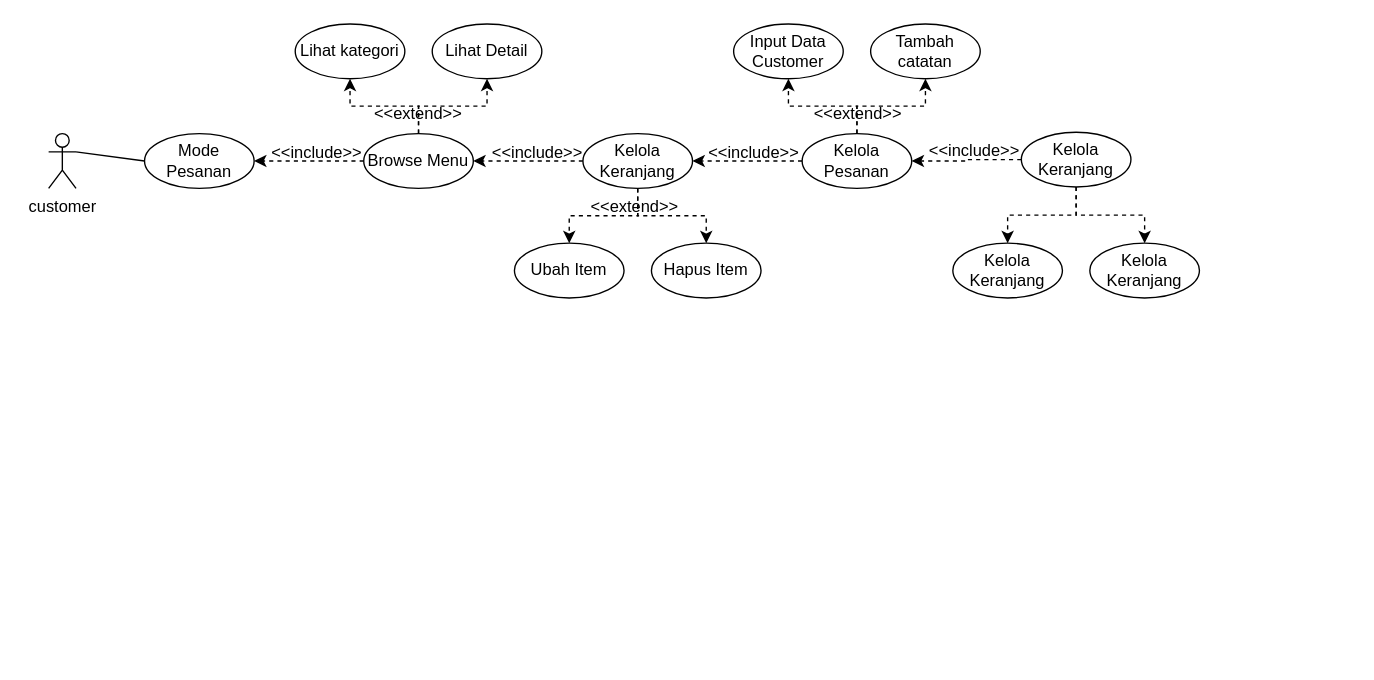
Above: WBS.drawio in yogadwipayana/ERD (draw.io), before the change. Source tidied: cells renumbered, new cells numbered last; positions are measured from the earlier drawing's top-left corner, leaving out a move shared by most shapes. Both pictures are drawn from the tidied source at 137%, with x=0, y=0 at pixel (48, 23).
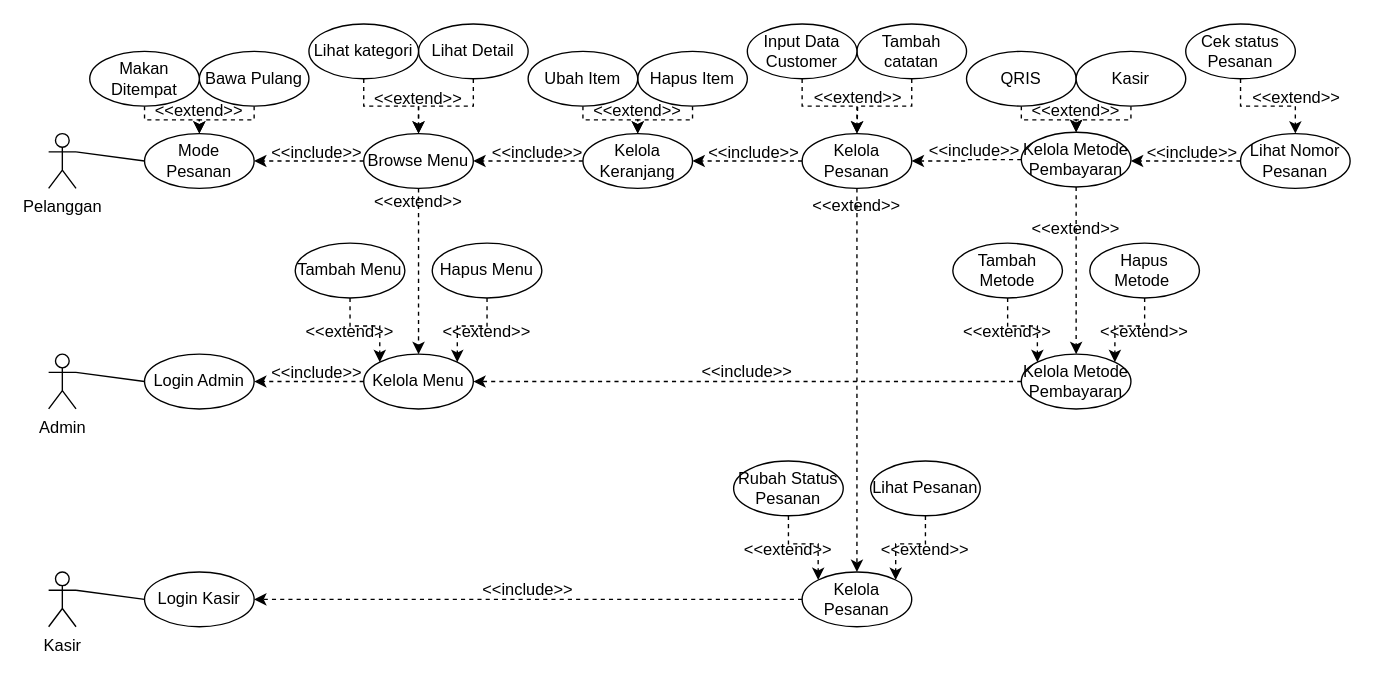
The same diagram, later.

Unchanged cells that the change refers to:
```xml
<mxCell id="7" value="Browse Menu" style="ellipse;whiteSpace=wrap;html=1;fontSize=12;" parent="1" vertex="1">
  <mxGeometry x="230" y="80" width="80" height="40" as="geometry" />
</mxCell>
<mxCell id="16" value="Kelola Keranjang" style="ellipse;whiteSpace=wrap;html=1;fontSize=12;" parent="1" vertex="1">
  <mxGeometry x="390" y="80" width="80" height="40" as="geometry" />
</mxCell>
<mxCell id="24" value="Kelola Pesanan" style="ellipse;whiteSpace=wrap;html=1;fontSize=12;" parent="1" vertex="1">
  <mxGeometry x="550" y="80" width="80" height="40" as="geometry" />
</mxCell>
```

The edit, as a diff of the source:
```diff
@@
-    <mxCell id="3" value="customer" style="shape=umlActor;verticalLabelPosition=bottom;verticalAlign=top;html=1;outlineConnect=0;" parent="1" vertex="1">
+    <mxCell id="3" value="Pelanggan" style="shape=umlActor;verticalLabelPosition=bottom;verticalAlign=top;html=1;outlineConnect=0;" parent="1" vertex="1">
       <mxGeometry y="80" width="20" height="40" as="geometry" />
     </mxCell>
@@
-    <mxCell id="6" style="edgeStyle=orthogonalEdgeStyle;rounded=0;jettySize=auto;html=1;exitX=0.5;exitY=0;exitDx=0;exitDy=0;entryX=0.5;entryY=1;entryDx=0;entryDy=0;dashed=1;" parent="1" edge="1" source="7" target="9">
-      <mxGeometry relative="1" as="geometry" />
-    </mxCell>
+    <mxCell id="36" style="edgeStyle=orthogonalEdgeStyle;rounded=0;jettySize=auto;html=1;exitX=0.5;exitY=1;exitDx=0;exitDy=0;entryX=0.5;entryY=0;entryDx=0;entryDy=0;dashed=1;" parent="1" edge="1" source="7" target="51">
+      <mxGeometry relative="1" as="geometry" />
+    </mxCell>
@@
+    <mxCell id="37" style="edgeStyle=orthogonalEdgeStyle;rounded=0;jettySize=auto;html=1;exitX=0.5;exitY=1;exitDx=0;exitDy=0;entryX=0.5;entryY=0;entryDx=0;entryDy=0;dashed=1;" parent="1" edge="1" source="9" target="7">
+      <mxGeometry relative="1" as="geometry" />
+    </mxCell>
     <mxCell id="9" value="Lihat Detail" style="ellipse;whiteSpace=wrap;html=1;fontSize=12;" parent="1" vertex="1">
-      <mxGeometry x="280" width="80" height="40" as="geometry" />
+      <mxGeometry x="270" width="80" height="40" as="geometry" />
     </mxCell>
+    <mxCell id="38" style="edgeStyle=orthogonalEdgeStyle;rounded=0;jettySize=auto;html=1;exitX=0.5;exitY=1;exitDx=0;exitDy=0;entryX=0.5;entryY=0;entryDx=0;entryDy=0;dashed=1;" parent="1" edge="1" source="10" target="7">
+      <mxGeometry relative="1" as="geometry" />
+    </mxCell>
     <mxCell id="10" value="Lihat kategori" style="ellipse;whiteSpace=wrap;html=1;fontSize=12;" parent="1" vertex="1">
-      <mxGeometry x="180" width="80" height="40" as="geometry" />
+      <mxGeometry x="190" width="80" height="40" as="geometry" />
     </mxCell>
-    <mxCell id="11" style="edgeStyle=orthogonalEdgeStyle;rounded=0;jettySize=auto;html=1;exitX=0.5;exitY=0;exitDx=0;exitDy=0;entryX=0.5;entryY=1;entryDx=0;entryDy=0;dashed=1;" parent="1" edge="1" source="7" target="10">
-      <mxGeometry relative="1" as="geometry" />
-    </mxCell>
     <mxCell id="12" value="&amp;lt;&amp;lt;extend&amp;gt;&amp;gt;" style="text;html=1;whiteSpace=wrap;strokeColor=none;fillColor=none;align=center;verticalAlign=middle;rounded=0;" parent="1" vertex="1">
-      <mxGeometry x="240" y="51" width="60" height="30" as="geometry" />
+      <mxGeometry x="240" y="45" width="60" height="19" as="geometry" />
     </mxCell>
@@
-    <mxCell id="14" style="edgeStyle=orthogonalEdgeStyle;rounded=0;jettySize=auto;html=1;exitX=0.5;exitY=1;exitDx=0;exitDy=0;entryX=0.5;entryY=0;entryDx=0;entryDy=0;dashed=1;" parent="1" edge="1" source="16" target="18">
-      <mxGeometry relative="1" as="geometry" />
-    </mxCell>
-    <mxCell id="15" style="edgeStyle=orthogonalEdgeStyle;rounded=0;jettySize=auto;html=1;exitX=0.5;exitY=1;exitDx=0;exitDy=0;entryX=0.5;entryY=0;entryDx=0;entryDy=0;dashed=1;" parent="1" edge="1" source="16" target="19">
-      <mxGeometry relative="1" as="geometry" />
-    </mxCell>
@@
+    <mxCell id="39" style="edgeStyle=orthogonalEdgeStyle;rounded=0;jettySize=auto;html=1;exitX=0.5;exitY=1;exitDx=0;exitDy=0;dashed=1;" parent="1" edge="1" source="18">
+      <mxGeometry relative="1" as="geometry">
+        <mxPoint x="430" y="80" as="targetPoint" />
+        <Array as="points">
+          <mxPoint x="470" y="70" />
+          <mxPoint x="430" y="70" />
+        </Array>
+      </mxGeometry>
+    </mxCell>
     <mxCell id="18" value="Hapus Item" style="ellipse;whiteSpace=wrap;html=1;fontSize=12;" parent="1" vertex="1">
-      <mxGeometry x="440" y="160" width="80" height="40" as="geometry" />
+      <mxGeometry x="430" y="20" width="80" height="40" as="geometry" />
     </mxCell>
+    <mxCell id="40" style="edgeStyle=orthogonalEdgeStyle;rounded=0;jettySize=auto;html=1;exitX=0.5;exitY=1;exitDx=0;exitDy=0;entryX=0.5;entryY=0;entryDx=0;entryDy=0;dashed=1;" parent="1" edge="1" source="19" target="16">
+      <mxGeometry relative="1" as="geometry">
+        <Array as="points">
+          <mxPoint x="390" y="70" />
+          <mxPoint x="430" y="70" />
+        </Array>
+      </mxGeometry>
+    </mxCell>
     <mxCell id="19" value="Ubah Item" style="ellipse;whiteSpace=wrap;html=1;fontSize=12;" parent="1" vertex="1">
-      <mxGeometry x="340" y="160" width="80" height="40" as="geometry" />
+      <mxGeometry x="350" y="20" width="80" height="40" as="geometry" />
     </mxCell>
     <mxCell id="20" value="&amp;lt;&amp;lt;extend&amp;gt;&amp;gt;" style="text;html=1;whiteSpace=wrap;strokeColor=none;fillColor=none;align=center;verticalAlign=middle;rounded=0;" parent="1" vertex="1">
-      <mxGeometry x="398" y="119" width="60" height="30" as="geometry" />
+      <mxGeometry x="560" y="122" width="60" height="21" as="geometry" />
     </mxCell>
@@
-    <mxCell id="22" style="edgeStyle=orthogonalEdgeStyle;rounded=0;jettySize=auto;html=1;exitX=0.5;exitY=0;exitDx=0;exitDy=0;entryX=0.5;entryY=1;entryDx=0;entryDy=0;dashed=1;" parent="1" edge="1" source="24" target="29">
-      <mxGeometry relative="1" as="geometry" />
-    </mxCell>
-    <mxCell id="23" style="edgeStyle=orthogonalEdgeStyle;rounded=0;jettySize=auto;html=1;exitX=0.5;exitY=0;exitDx=0;exitDy=0;entryX=0.5;entryY=1;entryDx=0;entryDy=0;dashed=1;" parent="1" edge="1" source="24" target="30">
-      <mxGeometry relative="1" as="geometry" />
-    </mxCell>
+    <mxCell id="41" style="edgeStyle=orthogonalEdgeStyle;rounded=0;jettySize=auto;html=1;exitX=0.5;exitY=1;exitDx=0;exitDy=0;entryX=0.5;entryY=0;entryDx=0;entryDy=0;dashed=1;" parent="1" edge="1" source="24" target="87">
+      <mxGeometry relative="1" as="geometry" />
+    </mxCell>
@@
-    <mxCell id="25" style="edgeStyle=orthogonalEdgeStyle;rounded=0;jettySize=auto;html=1;exitX=0.5;exitY=1;exitDx=0;exitDy=0;entryX=0.5;entryY=0;entryDx=0;entryDy=0;dashed=1;" parent="1" edge="1" source="28" target="31">
-      <mxGeometry relative="1" as="geometry" />
-    </mxCell>
-    <mxCell id="26" style="edgeStyle=orthogonalEdgeStyle;rounded=0;jettySize=auto;html=1;exitX=0.5;exitY=1;exitDx=0;exitDy=0;entryX=0.5;entryY=0;entryDx=0;entryDy=0;dashed=1;" parent="1" edge="1" source="28" target="32">
-      <mxGeometry relative="1" as="geometry" />
-    </mxCell>
@@
+    <mxCell id="42" style="edgeStyle=orthogonalEdgeStyle;rounded=0;jettySize=auto;html=1;exitX=0.5;exitY=1;exitDx=0;exitDy=0;entryX=0.5;entryY=0;entryDx=0;entryDy=0;dashed=1;" parent="1" edge="1" source="28" target="63">
+      <mxGeometry relative="1" as="geometry" />
+    </mxCell>
-    <mxCell id="28" value="Kelola Keranjang" style="ellipse;whiteSpace=wrap;html=1;fontSize=12;" parent="1" vertex="1">
+    <mxCell id="28" value="Kelola Metode Pembayaran" style="ellipse;whiteSpace=wrap;html=1;fontSize=12;" parent="1" vertex="1">
       <mxGeometry x="710" y="79" width="80" height="40" as="geometry" />
     </mxCell>
+    <mxCell id="43" style="edgeStyle=orthogonalEdgeStyle;rounded=0;jettySize=auto;html=1;exitX=0.5;exitY=1;exitDx=0;exitDy=0;dashed=1;" parent="1" edge="1" source="29">
+      <mxGeometry relative="1" as="geometry">
+        <mxPoint x="590" y="80" as="targetPoint" />
+      </mxGeometry>
+    </mxCell>
     <mxCell id="29" value="Tambah catatan" style="ellipse;whiteSpace=wrap;html=1;fontSize=12;" parent="1" vertex="1">
-      <mxGeometry x="600" width="80" height="40" as="geometry" />
+      <mxGeometry x="590" width="80" height="40" as="geometry" />
     </mxCell>
+    <mxCell id="44" style="edgeStyle=orthogonalEdgeStyle;rounded=0;jettySize=auto;html=1;exitX=0.5;exitY=1;exitDx=0;exitDy=0;entryX=0.5;entryY=0;entryDx=0;entryDy=0;dashed=1;" parent="1" edge="1" source="30" target="24">
+      <mxGeometry relative="1" as="geometry" />
+    </mxCell>
     <mxCell id="30" value="Input Data Customer" style="ellipse;whiteSpace=wrap;html=1;fontSize=12;" parent="1" vertex="1">
-      <mxGeometry x="500" width="80" height="40" as="geometry" />
+      <mxGeometry x="510" width="80" height="40" as="geometry" />
     </mxCell>
+    <mxCell id="45" style="edgeStyle=orthogonalEdgeStyle;rounded=0;jettySize=auto;html=1;exitX=0.5;exitY=1;exitDx=0;exitDy=0;entryX=0.5;entryY=0;entryDx=0;entryDy=0;dashed=1;" parent="1" edge="1" source="31" target="28">
+      <mxGeometry relative="1" as="geometry">
+        <Array as="points">
+          <mxPoint x="710" y="70" />
+          <mxPoint x="750" y="70" />
+        </Array>
+      </mxGeometry>
+    </mxCell>
-    <mxCell id="31" value="Kelola Keranjang" style="ellipse;whiteSpace=wrap;html=1;fontSize=12;" parent="1" vertex="1">
-      <mxGeometry x="660" y="160" width="80" height="40" as="geometry" />
+    <mxCell id="31" value="QRIS" style="ellipse;whiteSpace=wrap;html=1;fontSize=12;" parent="1" vertex="1">
+      <mxGeometry x="670" y="20" width="80" height="40" as="geometry" />
     </mxCell>
+    <mxCell id="46" style="edgeStyle=orthogonalEdgeStyle;rounded=0;jettySize=auto;html=1;exitX=0.5;exitY=1;exitDx=0;exitDy=0;entryX=0.5;entryY=0;entryDx=0;entryDy=0;dashed=1;" parent="1" edge="1" source="32" target="28">
+      <mxGeometry relative="1" as="geometry">
+        <Array as="points">
+          <mxPoint x="790" y="70" />
+          <mxPoint x="750" y="70" />
+        </Array>
+      </mxGeometry>
+    </mxCell>
-    <mxCell id="32" value="Kelola Keranjang" style="ellipse;whiteSpace=wrap;html=1;fontSize=12;" parent="1" vertex="1">
-      <mxGeometry x="760" y="160" width="80" height="40" as="geometry" />
+    <mxCell id="32" value="Kasir" style="ellipse;whiteSpace=wrap;html=1;fontSize=12;" parent="1" vertex="1">
+      <mxGeometry x="750" y="20" width="80" height="40" as="geometry" />
     </mxCell>
     <mxCell id="33" value="&amp;lt;&amp;lt;extend&amp;gt;&amp;gt;" style="text;html=1;whiteSpace=wrap;strokeColor=none;fillColor=none;align=center;verticalAlign=middle;rounded=0;" parent="1" vertex="1">
-      <mxGeometry x="561" y="51" width="60" height="30" as="geometry" />
+      <mxGeometry x="561" y="44" width="60" height="19" as="geometry" />
     </mxCell>
@@
+    <mxCell id="47" style="rounded=0;jettySize=auto;html=1;exitX=1;exitY=0.3333333333333333;exitDx=0;exitDy=0;exitPerimeter=0;entryX=0;entryY=0.5;entryDx=0;entryDy=0;endArrow=none;endFill=0;" parent="1" edge="1" source="48" target="49">
+      <mxGeometry relative="1" as="geometry" />
+    </mxCell>
+    <mxCell id="48" value="Admin" style="shape=umlActor;verticalLabelPosition=bottom;verticalAlign=top;html=1;outlineConnect=0;" parent="1" vertex="1">
+      <mxGeometry y="241" width="20" height="40" as="geometry" />
+    </mxCell>
+    <mxCell id="49" value="Login Admin" style="ellipse;whiteSpace=wrap;html=1;fontSize=12;" parent="1" vertex="1">
+      <mxGeometry x="70" y="241" width="80" height="40" as="geometry" />
+    </mxCell>
+    <mxCell id="50" style="edgeStyle=orthogonalEdgeStyle;rounded=0;jettySize=auto;html=1;exitX=0;exitY=0.5;exitDx=0;exitDy=0;entryX=1;entryY=0.5;entryDx=0;entryDy=0;dashed=1;" parent="1" edge="1" source="51" target="49">
+      <mxGeometry relative="1" as="geometry" />
+    </mxCell>
+    <mxCell id="51" value="Kelola Menu" style="ellipse;whiteSpace=wrap;html=1;fontSize=12;" parent="1" vertex="1">
+      <mxGeometry x="230" y="241" width="80" height="40" as="geometry" />
+    </mxCell>
+    <mxCell id="52" value="&amp;lt;&amp;lt;include&amp;gt;&amp;gt;" style="text;html=1;whiteSpace=wrap;strokeColor=none;fillColor=none;align=center;verticalAlign=middle;rounded=0;" parent="1" vertex="1">
+      <mxGeometry x="166" y="240" width="60" height="30" as="geometry" />
+    </mxCell>
+    <mxCell id="53" value="&amp;lt;&amp;lt;extend&amp;gt;&amp;gt;" style="text;html=1;whiteSpace=wrap;strokeColor=none;fillColor=none;align=center;verticalAlign=middle;rounded=0;" parent="1" vertex="1">
+      <mxGeometry x="240" y="120" width="60" height="20" as="geometry" />
+    </mxCell>
+    <mxCell id="54" value="&amp;lt;&amp;lt;extend&amp;gt;&amp;gt;" style="text;html=1;whiteSpace=wrap;strokeColor=none;fillColor=none;align=center;verticalAlign=middle;rounded=0;" parent="1" vertex="1">
+      <mxGeometry x="400" y="54" width="60" height="19" as="geometry" />
+    </mxCell>
+    <mxCell id="55" value="&amp;lt;&amp;lt;extend&amp;gt;&amp;gt;" style="text;html=1;whiteSpace=wrap;strokeColor=none;fillColor=none;align=center;verticalAlign=middle;rounded=0;" parent="1" vertex="1">
+      <mxGeometry x="720" y="54" width="60" height="19" as="geometry" />
+    </mxCell>
+    <mxCell id="56" style="edgeStyle=orthogonalEdgeStyle;rounded=0;jettySize=auto;html=1;exitX=0.5;exitY=1;exitDx=0;exitDy=0;entryX=0;entryY=0;entryDx=0;entryDy=0;dashed=1;" parent="1" edge="1" source="57" target="51">
+      <mxGeometry relative="1" as="geometry" />
+    </mxCell>
+    <mxCell id="57" value="Tambah Menu" style="ellipse;whiteSpace=wrap;html=1;fontSize=12;" parent="1" vertex="1">
+      <mxGeometry x="180" y="160" width="80" height="40" as="geometry" />
+    </mxCell>
+    <mxCell id="58" style="edgeStyle=orthogonalEdgeStyle;rounded=0;jettySize=auto;html=1;exitX=0.5;exitY=1;exitDx=0;exitDy=0;entryX=1;entryY=0;entryDx=0;entryDy=0;dashed=1;" parent="1" edge="1" source="59" target="51">
+      <mxGeometry relative="1" as="geometry" />
+    </mxCell>
+    <mxCell id="59" value="Hapus Menu" style="ellipse;whiteSpace=wrap;html=1;fontSize=12;" parent="1" vertex="1">
+      <mxGeometry x="280" y="160" width="80" height="40" as="geometry" />
+    </mxCell>
+    <mxCell id="60" value="&amp;lt;&amp;lt;extend&amp;gt;&amp;gt;" style="text;html=1;whiteSpace=wrap;strokeColor=none;fillColor=none;align=center;verticalAlign=middle;rounded=0;" parent="1" vertex="1">
+      <mxGeometry x="190" y="215" width="60" height="20" as="geometry" />
+    </mxCell>
+    <mxCell id="61" value="&amp;lt;&amp;lt;extend&amp;gt;&amp;gt;" style="text;html=1;whiteSpace=wrap;strokeColor=none;fillColor=none;align=center;verticalAlign=middle;rounded=0;" parent="1" vertex="1">
+      <mxGeometry x="290" y="215" width="60" height="20" as="geometry" />
+    </mxCell>
+    <mxCell id="62" style="edgeStyle=orthogonalEdgeStyle;rounded=0;jettySize=auto;html=1;exitX=0;exitY=0.5;exitDx=0;exitDy=0;entryX=1;entryY=0.5;entryDx=0;entryDy=0;dashed=1;" parent="1" edge="1" source="63" target="51">
+      <mxGeometry relative="1" as="geometry" />
+    </mxCell>
+    <mxCell id="63" value="Kelola Metode Pembayaran" style="ellipse;whiteSpace=wrap;html=1;fontSize=12;" parent="1" vertex="1">
+      <mxGeometry x="710" y="241" width="80" height="40" as="geometry" />
+    </mxCell>
+    <mxCell id="64" value="&amp;lt;&amp;lt;include&amp;gt;&amp;gt;" style="text;html=1;whiteSpace=wrap;strokeColor=none;fillColor=none;align=center;verticalAlign=middle;rounded=0;" parent="1" vertex="1">
+      <mxGeometry x="480" y="244" width="60" height="20" as="geometry" />
+    </mxCell>
+    <mxCell id="65" style="edgeStyle=orthogonalEdgeStyle;rounded=0;jettySize=auto;html=1;exitX=0.5;exitY=1;exitDx=0;exitDy=0;entryX=0;entryY=0;entryDx=0;entryDy=0;dashed=1;" parent="1" edge="1" source="66" target="63">
+      <mxGeometry relative="1" as="geometry" />
+    </mxCell>
+    <mxCell id="66" value="Tambah Metode" style="ellipse;whiteSpace=wrap;html=1;fontSize=12;" parent="1" vertex="1">
+      <mxGeometry x="660" y="160" width="80" height="40" as="geometry" />
+    </mxCell>
+    <mxCell id="67" style="edgeStyle=orthogonalEdgeStyle;rounded=0;jettySize=auto;html=1;exitX=0.5;exitY=1;exitDx=0;exitDy=0;entryX=1;entryY=0;entryDx=0;entryDy=0;dashed=1;" parent="1" edge="1" source="68" target="63">
+      <mxGeometry relative="1" as="geometry" />
+    </mxCell>
+    <mxCell id="68" value="Hapus Metode&amp;nbsp;" style="ellipse;whiteSpace=wrap;html=1;fontSize=12;" parent="1" vertex="1">
+      <mxGeometry x="760" y="160" width="80" height="40" as="geometry" />
+    </mxCell>
+    <mxCell id="69" value="&amp;lt;&amp;lt;extend&amp;gt;&amp;gt;" style="text;html=1;whiteSpace=wrap;strokeColor=none;fillColor=none;align=center;verticalAlign=middle;rounded=0;" parent="1" vertex="1">
+      <mxGeometry x="670" y="215" width="60" height="20" as="geometry" />
+    </mxCell>
+    <mxCell id="70" value="&amp;lt;&amp;lt;extend&amp;gt;&amp;gt;" style="text;html=1;whiteSpace=wrap;strokeColor=none;fillColor=none;align=center;verticalAlign=middle;rounded=0;" parent="1" vertex="1">
+      <mxGeometry x="770" y="215" width="60" height="20" as="geometry" />
+    </mxCell>
+    <mxCell id="71" style="edgeStyle=orthogonalEdgeStyle;rounded=0;jettySize=auto;html=1;exitX=0;exitY=0.5;exitDx=0;exitDy=0;entryX=1;entryY=0.5;entryDx=0;entryDy=0;dashed=1;" parent="1" edge="1" source="72">
+      <mxGeometry relative="1" as="geometry">
+        <mxPoint x="790" y="100" as="targetPoint" />
+      </mxGeometry>
+    </mxCell>
+    <mxCell id="72" value="Lihat Nomor Pesanan" style="ellipse;whiteSpace=wrap;html=1;fontSize=12;" parent="1" vertex="1">
+      <mxGeometry x="870" y="80" width="80" height="40" as="geometry" />
+    </mxCell>
+    <mxCell id="73" style="edgeStyle=orthogonalEdgeStyle;rounded=0;jettySize=auto;html=1;exitX=0.5;exitY=1;exitDx=0;exitDy=0;entryX=0.5;entryY=0;entryDx=0;entryDy=0;dashed=1;" parent="1" edge="1" source="74" target="72">
+      <mxGeometry relative="1" as="geometry" />
+    </mxCell>
+    <mxCell id="74" value="Cek status Pesanan" style="ellipse;whiteSpace=wrap;html=1;fontSize=12;" parent="1" vertex="1">
+      <mxGeometry x="830" width="80" height="40" as="geometry" />
+    </mxCell>
+    <mxCell id="75" value="&amp;lt;&amp;lt;extend&amp;gt;&amp;gt;" style="text;html=1;whiteSpace=wrap;strokeColor=none;fillColor=none;align=center;verticalAlign=middle;rounded=0;" parent="1" vertex="1">
+      <mxGeometry x="881" y="44" width="60" height="19" as="geometry" />
+    </mxCell>
+    <mxCell id="76" value="&amp;lt;&amp;lt;include&amp;gt;&amp;gt;" style="text;html=1;whiteSpace=wrap;strokeColor=none;fillColor=none;align=center;verticalAlign=middle;rounded=0;" parent="1" vertex="1">
+      <mxGeometry x="805" y="79" width="60" height="30" as="geometry" />
+    </mxCell>
+    <mxCell id="77" style="edgeStyle=orthogonalEdgeStyle;rounded=0;jettySize=auto;html=1;exitX=0.5;exitY=1;exitDx=0;exitDy=0;dashed=1;" parent="1" edge="1" source="78">
+      <mxGeometry relative="1" as="geometry">
+        <mxPoint x="110" y="80" as="targetPoint" />
+        <Array as="points">
+          <mxPoint x="150" y="70" />
+          <mxPoint x="110" y="70" />
+        </Array>
+      </mxGeometry>
+    </mxCell>
+    <mxCell id="78" value="Bawa Pulang" style="ellipse;whiteSpace=wrap;html=1;fontSize=12;" parent="1" vertex="1">
+      <mxGeometry x="110" y="20" width="80" height="40" as="geometry" />
+    </mxCell>
+    <mxCell id="79" style="edgeStyle=orthogonalEdgeStyle;rounded=0;jettySize=auto;html=1;exitX=0.5;exitY=1;exitDx=0;exitDy=0;entryX=0.5;entryY=0;entryDx=0;entryDy=0;dashed=1;" parent="1" edge="1" source="80">
+      <mxGeometry relative="1" as="geometry">
+        <mxPoint x="110" y="80" as="targetPoint" />
+        <Array as="points">
+          <mxPoint x="70" y="70" />
+          <mxPoint x="110" y="70" />
+        </Array>
+      </mxGeometry>
+    </mxCell>
+    <mxCell id="80" value="Makan Ditempat" style="ellipse;whiteSpace=wrap;html=1;fontSize=12;" parent="1" vertex="1">
+      <mxGeometry x="30" y="20" width="80" height="40" as="geometry" />
+    </mxCell>
+    <mxCell id="81" value="&amp;lt;&amp;lt;extend&amp;gt;&amp;gt;" style="text;html=1;whiteSpace=wrap;strokeColor=none;fillColor=none;align=center;verticalAlign=middle;rounded=0;" parent="1" vertex="1">
+      <mxGeometry x="80" y="54" width="60" height="19" as="geometry" />
+    </mxCell>
+    <mxCell id="82" value="&amp;lt;&amp;lt;extend&amp;gt;&amp;gt;" style="text;html=1;whiteSpace=wrap;strokeColor=none;fillColor=none;align=center;verticalAlign=middle;rounded=0;" parent="1" vertex="1">
+      <mxGeometry x="720" y="140" width="60" height="20" as="geometry" />
+    </mxCell>
+    <mxCell id="83" style="rounded=0;jettySize=auto;html=1;exitX=1;exitY=0.3333333333333333;exitDx=0;exitDy=0;exitPerimeter=0;entryX=0;entryY=0.5;entryDx=0;entryDy=0;endArrow=none;endFill=0;" parent="1" edge="1" source="84" target="85">
+      <mxGeometry relative="1" as="geometry" />
+    </mxCell>
+    <mxCell id="84" value="Kasir" style="shape=umlActor;verticalLabelPosition=bottom;verticalAlign=top;html=1;outlineConnect=0;" parent="1" vertex="1">
+      <mxGeometry y="400" width="20" height="40" as="geometry" />
+    </mxCell>
+    <mxCell id="85" value="Login Kasir" style="ellipse;whiteSpace=wrap;html=1;fontSize=12;" parent="1" vertex="1">
+      <mxGeometry x="70" y="400" width="80" height="40" as="geometry" />
+    </mxCell>
+    <mxCell id="86" style="edgeStyle=orthogonalEdgeStyle;rounded=0;jettySize=auto;html=1;exitX=0;exitY=0.5;exitDx=0;exitDy=0;entryX=1;entryY=0.5;entryDx=0;entryDy=0;dashed=1;" parent="1" edge="1" source="87" target="85">
+      <mxGeometry relative="1" as="geometry" />
+    </mxCell>
+    <mxCell id="87" value="Kelola Pesanan" style="ellipse;whiteSpace=wrap;html=1;fontSize=12;" parent="1" vertex="1">
+      <mxGeometry x="550" y="400" width="80" height="40" as="geometry" />
+    </mxCell>
+    <mxCell id="88" value="&amp;lt;&amp;lt;include&amp;gt;&amp;gt;" style="text;html=1;whiteSpace=wrap;strokeColor=none;fillColor=none;align=center;verticalAlign=middle;rounded=0;" parent="1" vertex="1">
+      <mxGeometry x="320" y="402" width="60" height="22" as="geometry" />
+    </mxCell>
+    <mxCell id="89" style="edgeStyle=orthogonalEdgeStyle;rounded=0;jettySize=auto;html=1;exitX=0.5;exitY=1;exitDx=0;exitDy=0;entryX=0;entryY=0;entryDx=0;entryDy=0;dashed=1;" parent="1" edge="1" source="90" target="87">
+      <mxGeometry relative="1" as="geometry" />
+    </mxCell>
+    <mxCell id="90" value="Rubah Status Pesanan" style="ellipse;whiteSpace=wrap;html=1;fontSize=12;" parent="1" vertex="1">
+      <mxGeometry x="500" y="319" width="80" height="40" as="geometry" />
+    </mxCell>
+    <mxCell id="91" style="edgeStyle=orthogonalEdgeStyle;rounded=0;jettySize=auto;html=1;exitX=0.5;exitY=1;exitDx=0;exitDy=0;entryX=1;entryY=0;entryDx=0;entryDy=0;dashed=1;" parent="1" edge="1" source="92" target="87">
+      <mxGeometry relative="1" as="geometry" />
+    </mxCell>
+    <mxCell id="92" value="Lihat Pesanan" style="ellipse;whiteSpace=wrap;html=1;fontSize=12;" parent="1" vertex="1">
+      <mxGeometry x="600" y="319" width="80" height="40" as="geometry" />
+    </mxCell>
+    <mxCell id="93" value="&amp;lt;&amp;lt;extend&amp;gt;&amp;gt;" style="text;html=1;whiteSpace=wrap;strokeColor=none;fillColor=none;align=center;verticalAlign=middle;rounded=0;" parent="1" vertex="1">
+      <mxGeometry x="510" y="374" width="60" height="20" as="geometry" />
+    </mxCell>
+    <mxCell id="94" value="&amp;lt;&amp;lt;extend&amp;gt;&amp;gt;" style="text;html=1;whiteSpace=wrap;strokeColor=none;fillColor=none;align=center;verticalAlign=middle;rounded=0;" parent="1" vertex="1">
+      <mxGeometry x="610" y="374" width="60" height="20" as="geometry" />
+    </mxCell>
```
